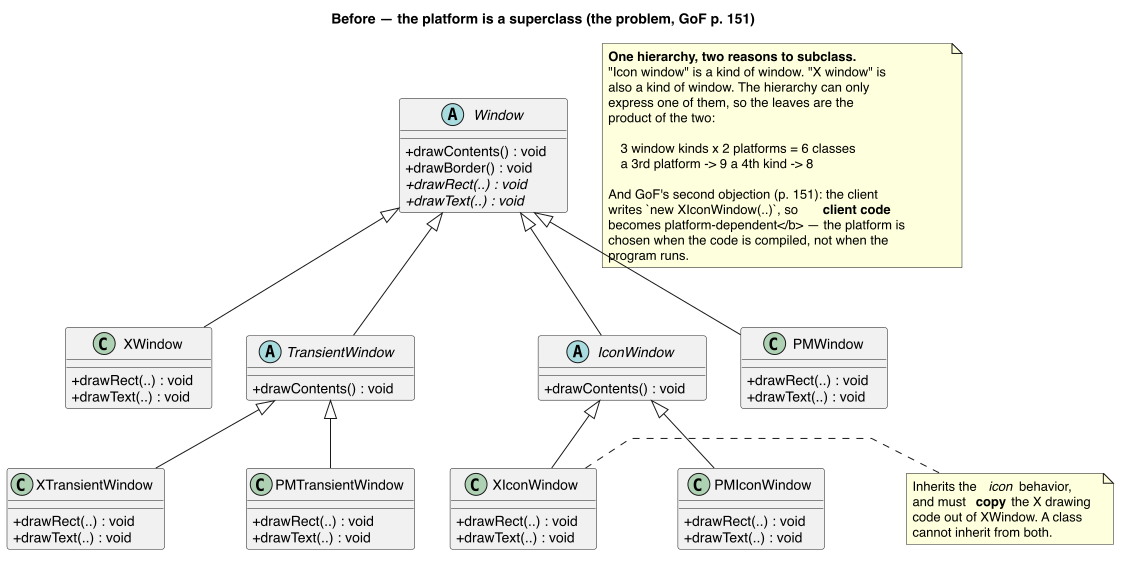
This is src/main/java/dev/kaldiroglu/dp/structural/bridge/gof/problem/uml/Bridge - Window (Problem) - Class Diagram.png from kaldiroglu/DesignPatternsWithJava, a PlantUML export, as it was before one commit. Its source is kept beside it as src/main/java/dev/kaldiroglu/dp/structural/bridge/gof/problem/uml/Bridge - Window (Problem) - Class Diagram.puml.
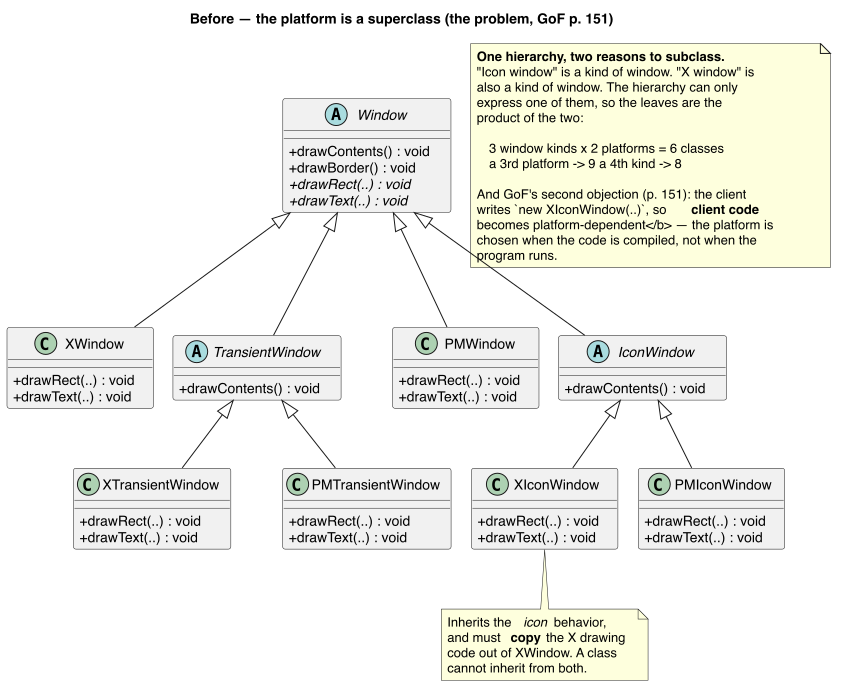
After the change.

What changed in the source:
```diff
@@ -1,4 +1,5 @@
 @startuml "Bridge - Window (Problem) - Class Diagram"
+skinparam nodesep 20
 skinparam linetype polyline
 skinparam class {
   BackgroundColor<<spacer>> transparent
@@ -60,7 +61,7 @@
 TransientWindow <|-- PMTransientWindow
 TransientWindow <|-- XTransientWindow
 
-note right of XIconWindow
+note bottom of XIconWindow
   Inherits the <i>icon</i> behavior,
   and must <b>copy</b> the X drawing
   code out of XWindow. A class
@@ -83,26 +84,17 @@
   chosen when the code is compiled, not when the
   program runs.
 end note
-
 class " " as Spacer1 <<spacer>>
 Window -[hidden]- Spacer1
 Window -[hidden]- Spacer1
 XWindow -[hidden]right- TransientWindow
 TransientWindow -[hidden]right- Spacer1
-Spacer1 -[hidden]right- IconWindow
-IconWindow -[hidden]right- PMWindow
+Spacer1 -[hidden]right- PMWindow
+PMWindow -[hidden]right- IconWindow
 class " " as Spacer2 <<spacer>>
-IconWindow -[hidden]- Spacer2
-IconWindow -[hidden]- Spacer2
-XIconWindow -[hidden]right- Spacer2
-Spacer2 -[hidden]right- PMIconWindow
-class " " as Spacer3 <<spacer>>
-TransientWindow -[hidden]- Spacer3
-TransientWindow -[hidden]- Spacer3
-XTransientWindow -[hidden]right- Spacer3
-Spacer3 -[hidden]right- PMTransientWindow
-class " " as Spacer66 <<spacer>>
-IconWindow -[hidden]- Spacer66
-PMIconWindow -[hidden]right- Spacer66
-Spacer66 -[hidden]right- XIconWindow
+TransientWindow -[hidden]- Spacer2
+TransientWindow -[hidden]- Spacer2
+XTransientWindow -[hidden]right- Spacer2
+Spacer2 -[hidden]right- PMTransientWindow
+PMTransientWindow -[hidden]right- XIconWindow
 @enduml
```
